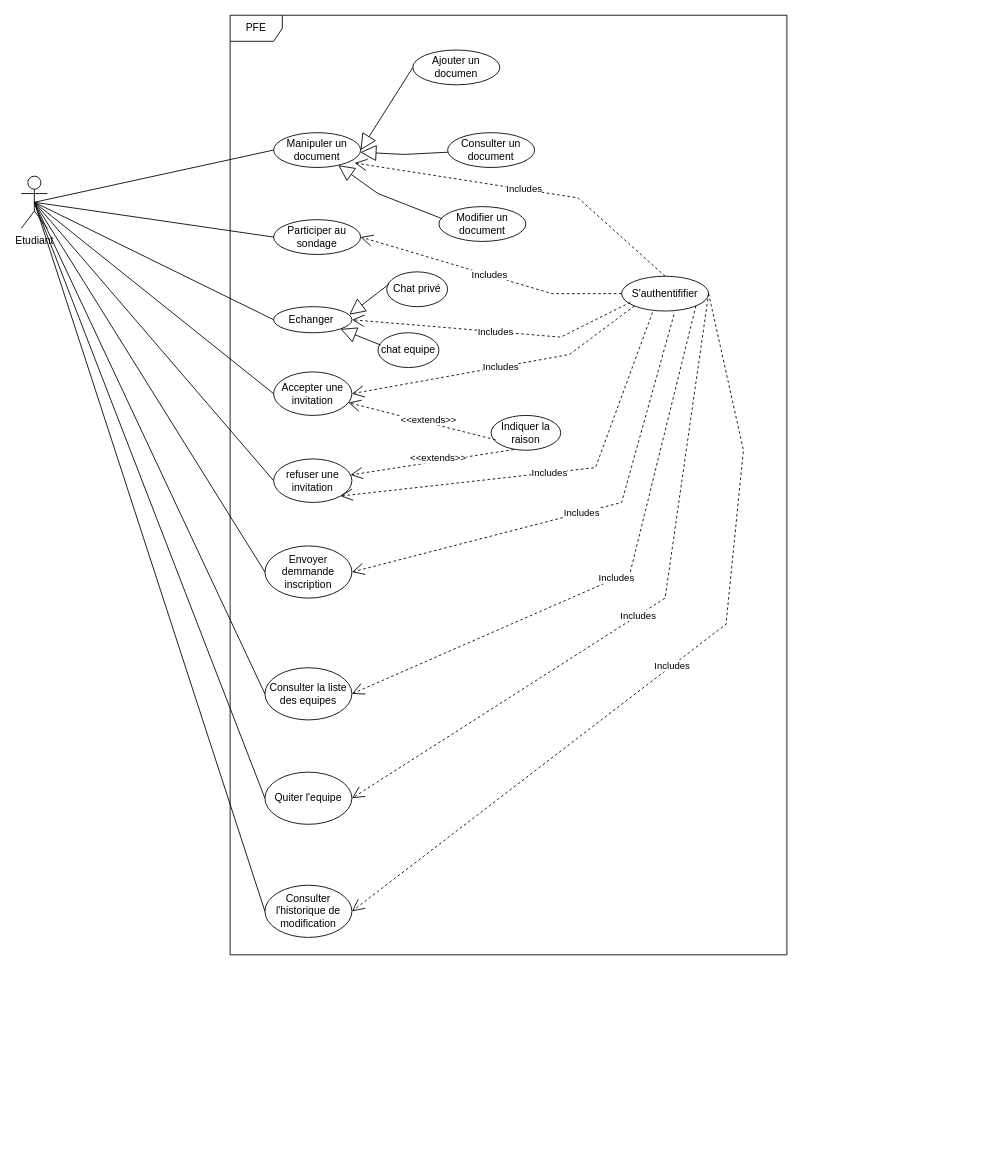
stormsidali2001/PFE_third_year_school_project_front keeps this draw.io diagram as diagrams/useCasesEtudiant.drawio. Above is the earlier version. Source tidied: cells renumbered, new cells numbered last; positions are measured from the earlier drawing's top-left corner, leaving out a move shared by most shapes. Both pictures are drawn from the tidied source at 87%, with x=0, y=0 at pixel (21, 15).
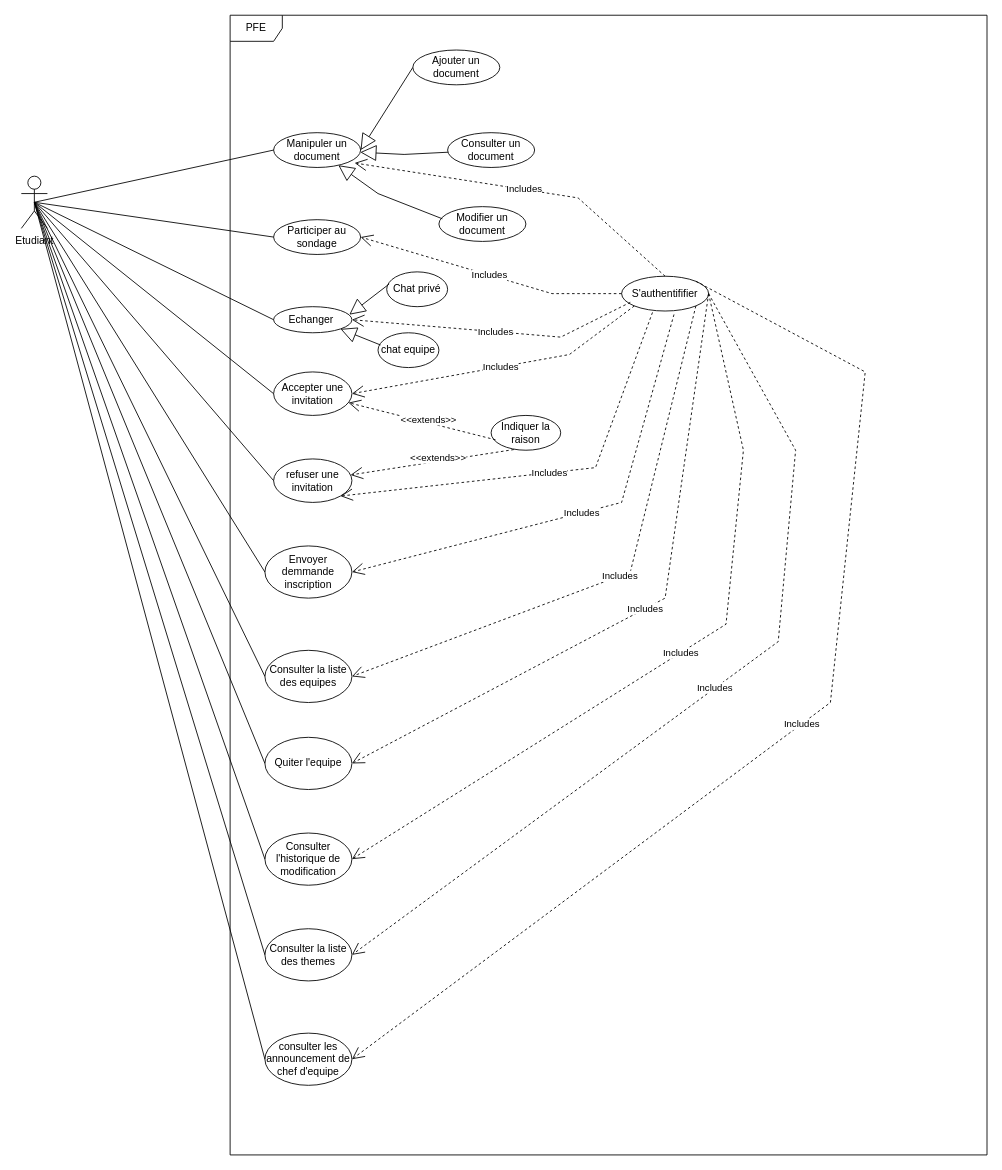
Above is the later version.

Unchanged cells that the change refers to:
```xml
<mxCell id="3" value="Etudiant" style="shape=umlActor;verticalLabelPosition=bottom;verticalAlign=top;html=1;outlineConnect=0;" parent="1" vertex="1">
  <mxGeometry y="185" width="30" height="60" as="geometry" />
</mxCell>
<mxCell id="4" value="S'authentififier" style="ellipse;whiteSpace=wrap;html=1;" parent="1" vertex="1">
  <mxGeometry x="690" y="300" width="100" height="40" as="geometry" />
</mxCell>
```

Diff of the diagram source:
```diff
@@
     <mxCell id="2" value="PFE" style="shape=umlFrame;whiteSpace=wrap;html=1;" parent="1" vertex="1">
-      <mxGeometry x="240" width="640" height="1080" as="geometry" />
+      <mxGeometry x="240" width="870" height="1310" as="geometry" />
     </mxCell>
@@
-    <mxCell id="5" value="Ajouter un documen" style="ellipse;whiteSpace=wrap;html=1;" parent="1" vertex="1">
+    <mxCell id="5" value="Ajouter un document" style="ellipse;whiteSpace=wrap;html=1;" parent="1" vertex="1">
       <mxGeometry x="450" y="40" width="100" height="40" as="geometry" />
     </mxCell>
@@
     <mxCell id="25" value="Consulter la liste des equipes" style="ellipse;whiteSpace=wrap;html=1;" parent="1" vertex="1">
-      <mxGeometry x="280" y="750" width="100" height="60" as="geometry" />
+      <mxGeometry x="280" y="730" width="100" height="60" as="geometry" />
     </mxCell>
     <mxCell id="26" value="Quiter l'equipe" style="ellipse;whiteSpace=wrap;html=1;" parent="1" vertex="1">
-      <mxGeometry x="280" y="870" width="100" height="60" as="geometry" />
+      <mxGeometry x="280" y="830" width="100" height="60" as="geometry" />
     </mxCell>
     <mxCell id="27" value="Consulter l'historique de modification" style="ellipse;whiteSpace=wrap;html=1;" parent="1" vertex="1">
-      <mxGeometry x="280" y="1000" width="100" height="60" as="geometry" />
+      <mxGeometry x="280" y="940" width="100" height="60" as="geometry" />
     </mxCell>
@@
+    <mxCell id="45" value="Consulter la liste des themes" style="ellipse;whiteSpace=wrap;html=1;" parent="1" vertex="1">
+      <mxGeometry x="280" y="1050" width="100" height="60" as="geometry" />
+    </mxCell>
+    <mxCell id="46" value="consulter les announcement de chef d'equipe" style="ellipse;whiteSpace=wrap;html=1;" parent="1" vertex="1">
+      <mxGeometry x="280" y="1170" width="100" height="60" as="geometry" />
+    </mxCell>
+    <mxCell id="47" style="endArrow=none;html=1;rounded=0;entryX=0.5;entryY=0.5;entryDx=0;entryDy=0;entryPerimeter=0;exitX=0;exitY=0.5;exitDx=0;exitDy=0;" parent="1" edge="1" source="45" target="3">
+      <mxGeometry relative="1" as="geometry" />
+    </mxCell>
+    <mxCell id="48" style="endArrow=none;html=1;rounded=0;entryX=0.5;entryY=0.5;entryDx=0;entryDy=0;entryPerimeter=0;exitX=0;exitY=0.5;exitDx=0;exitDy=0;" parent="1" edge="1" source="46" target="3">
+      <mxGeometry relative="1" as="geometry" />
+    </mxCell>
+    <mxCell id="49" value="Includes" style="endArrow=open;endSize=12;dashed=1;html=1;rounded=0;exitX=1;exitY=0.5;exitDx=0;exitDy=0;entryX=1;entryY=0.5;entryDx=0;entryDy=0;" parent="1" edge="1" source="4" target="45">
+      <mxGeometry relative="1" as="geometry">
+        <Array as="points">
+          <mxPoint x="890" y="500" />
+          <mxPoint x="870" y="720" />
+        </Array>
+      </mxGeometry>
+    </mxCell>
+    <mxCell id="50" value="Includes" style="endArrow=open;endSize=12;dashed=1;html=1;rounded=0;exitX=1;exitY=0;exitDx=0;exitDy=0;entryX=1;entryY=0.5;entryDx=0;entryDy=0;" parent="1" edge="1" source="4" target="46">
+      <mxGeometry relative="1" as="geometry">
+        <Array as="points">
+          <mxPoint x="970" y="410" />
+          <mxPoint x="930" y="790" />
+        </Array>
+      </mxGeometry>
+    </mxCell>
```
